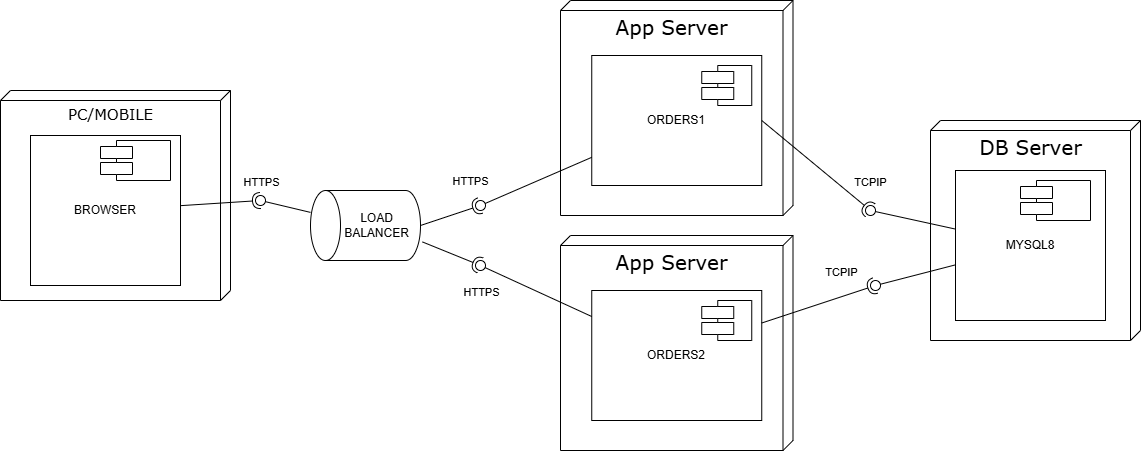
Earlier version of the draw.io export PARCIALES/AgroSecure/despliegue.drawio (1).png (nacho-castro/DDS-UTN-Practica). Source tidied: cells renumbered, new cells last; positions are measured from the earlier drawing's top-left corner, leaving out a move shared by most shapes.
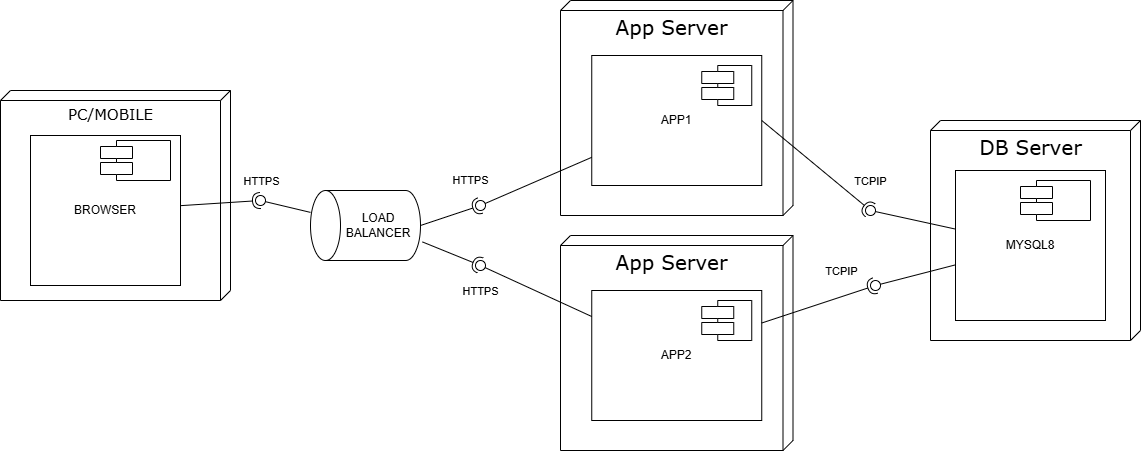
The same diagram one commit later.

Diff of the diagram source:
```diff
@@ -44,7 +44,7 @@
     <mxCell id="13" style="ellipse;whiteSpace=wrap;html=1;align=center;fillColor=none;strokeColor=none;perimeter=centerPerimeter;" parent="1" vertex="1">
       <mxGeometry x="656.2" y="195" width="10" height="10" as="geometry" />
     </mxCell>
-    <mxCell id="14" value="ORDERS1" style="rounded=0;whiteSpace=wrap;html=1;" parent="1" vertex="1">
+    <mxCell id="14" value="APP1" style="rounded=0;whiteSpace=wrap;html=1;" parent="1" vertex="1">
       <mxGeometry x="591.2" y="55" width="170" height="130" as="geometry" />
     </mxCell>
     <mxCell id="15" style="shape=component;align=left;spacingLeft=36;rounded=0;shadow=0;comic=0;labelBackgroundColor=none;strokeWidth=1;fontFamily=Verdana;fontSize=12;html=1;" parent="1" vertex="1">
@@ -59,7 +59,7 @@
     <mxCell id="18" style="ellipse;whiteSpace=wrap;html=1;align=center;fillColor=none;strokeColor=none;perimeter=centerPerimeter;" parent="1" vertex="1">
       <mxGeometry x="656.2" y="430" width="10" height="10" as="geometry" />
     </mxCell>
-    <mxCell id="19" value="ORDERS2" style="rounded=0;whiteSpace=wrap;html=1;" parent="1" vertex="1">
+    <mxCell id="19" value="APP2" style="rounded=0;whiteSpace=wrap;html=1;" parent="1" vertex="1">
       <mxGeometry x="591.2" y="290" width="170" height="130" as="geometry" />
     </mxCell>
     <mxCell id="20" style="shape=component;align=left;spacingLeft=36;rounded=0;shadow=0;comic=0;labelBackgroundColor=none;strokeWidth=1;fontFamily=Verdana;fontSize=12;html=1;" parent="1" vertex="1">
```
